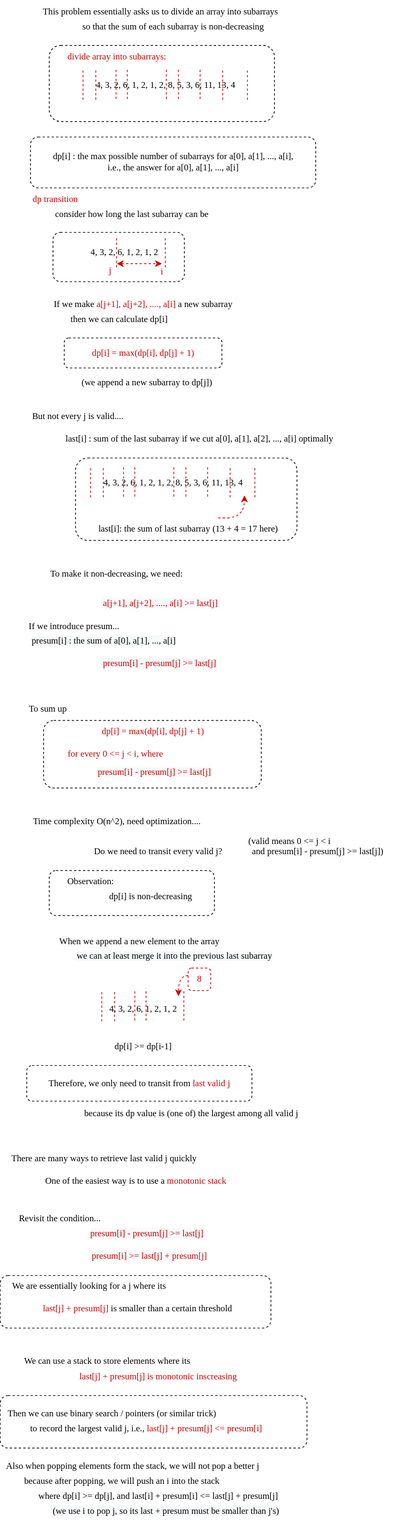
Above: articles/LC2945.drawio.svg in neal2018/blog (draw.io), before the change. Source tidied: cells renumbered, new cells last; positions are measured from the earlier drawing's top-left corner, leaving out a move shared by most shapes.
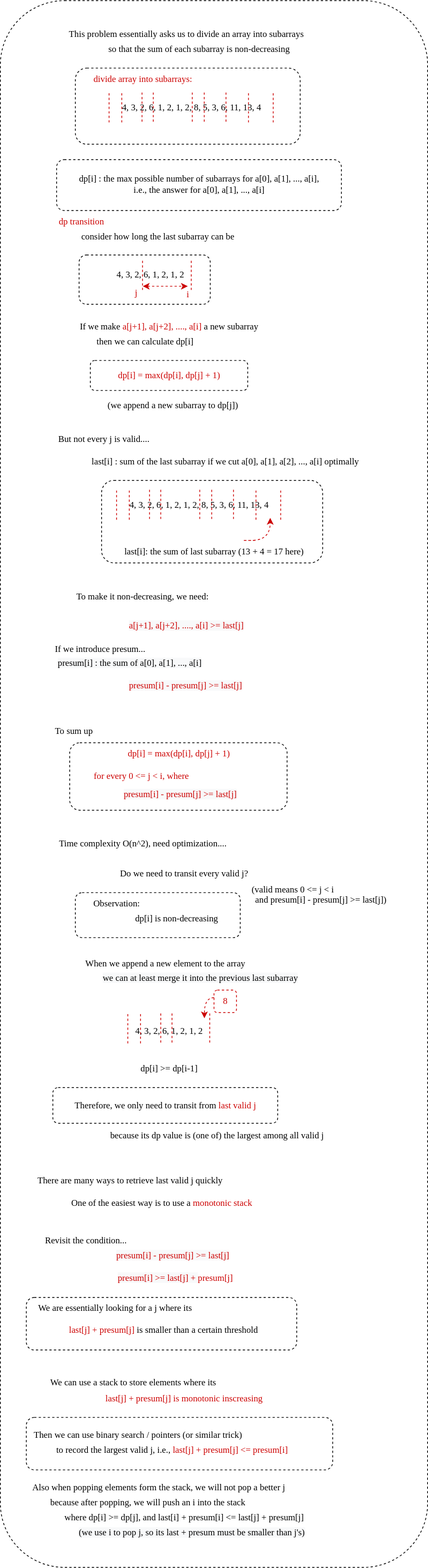
After the commit.

Diff of the diagram source:
```diff
@@ -2,6 +2,9 @@
   <root>
     <mxCell id="0" />
     <mxCell id="1" parent="0" />
+    <mxCell id="94" style="rounded=1;whiteSpace=wrap;html=1;dashed=1;strokeColor=#000000;fontFamily=Comic Sans MS;fillColor=none;" parent="1" vertex="1">
+      <mxGeometry x="-35" y="-30" width="570" height="2090" as="geometry" />
+    </mxCell>
     <mxCell id="2" value="&lt;font face=&quot;Comic Sans MS&quot;&gt;dp[i] : the max possible number of subarrays for a[0], a[1], ..., a[i], &lt;br&gt;i.e., the answer&lt;/font&gt;&lt;span style=&quot;font-family: &amp;quot;Comic Sans MS&amp;quot;;&quot;&gt;&amp;nbsp;for&amp;nbsp;&lt;/span&gt;&lt;span style=&quot;font-family: &amp;quot;Comic Sans MS&amp;quot;;&quot;&gt;a[0], a[1], ..., a[i]&lt;/span&gt;" style="text;html=1;align=center;verticalAlign=middle;strokeColor=none;fillColor=none;" parent="1" vertex="1">
       <mxGeometry x="35" y="195" width="390" height="40" as="geometry" />
     </mxCell>
@@ -317,7 +320,7 @@
       <mxGeometry x="12.5" y="1530" width="305" height="30" as="geometry" />
     </mxCell>
     <mxCell id="77" value="(valid means&amp;nbsp;0 &amp;lt;= j &amp;lt; i &lt;br&gt;&amp;nbsp; &amp;nbsp; &amp;nbsp; &amp;nbsp; &amp;nbsp; &amp;nbsp; &amp;nbsp; &amp;nbsp; &amp;nbsp; &amp;nbsp; &amp;nbsp; &amp;nbsp; &amp;nbsp;and&amp;nbsp;presum[i] - presum[j] &amp;gt;= last[j])&lt;br&gt;&amp;nbsp;" style="text;html=1;align=center;verticalAlign=middle;strokeColor=none;fillColor=none;fontFamily=Comic Sans MS;fontColor=#000000;" parent="1" vertex="1">
-      <mxGeometry x="230" y="1105" width="310" height="60" as="geometry" />
+      <mxGeometry x="200" y="1140" width="310" height="60" as="geometry" />
     </mxCell>
     <mxCell id="78" value="&lt;div style=&quot;text-align: center;&quot;&gt;&lt;span style=&quot;background-color: initial;&quot;&gt;&lt;font color=&quot;#000000&quot;&gt;One of the easiest way is to use a &lt;/font&gt;monotonic stack&lt;/span&gt;&lt;/div&gt;" style="text;whiteSpace=wrap;html=1;fontFamily=Comic Sans MS;fontColor=#CC0000;" parent="1" vertex="1">
       <mxGeometry x="57.5" y="1560" width="295" height="30" as="geometry" />
```
